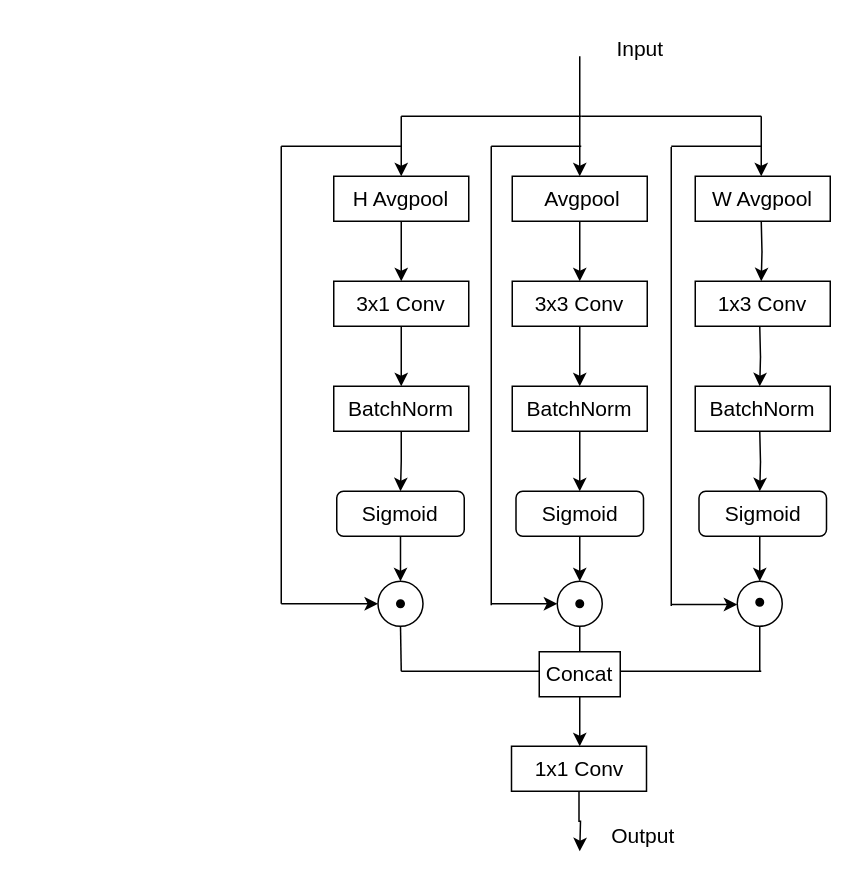
Above: 裂缝检测三元坐标注意力模块.drawio in Dshdarkness/Timporal_is_all_U_need (draw.io), before the change. Source tidied: cells renumbered, new cells numbered last; positions are measured from the earlier drawing's top-left corner, leaving out a move shared by most shapes. Both pictures are drawn from the tidied source at 150%, with x=0, y=0 at pixel (26, 26).
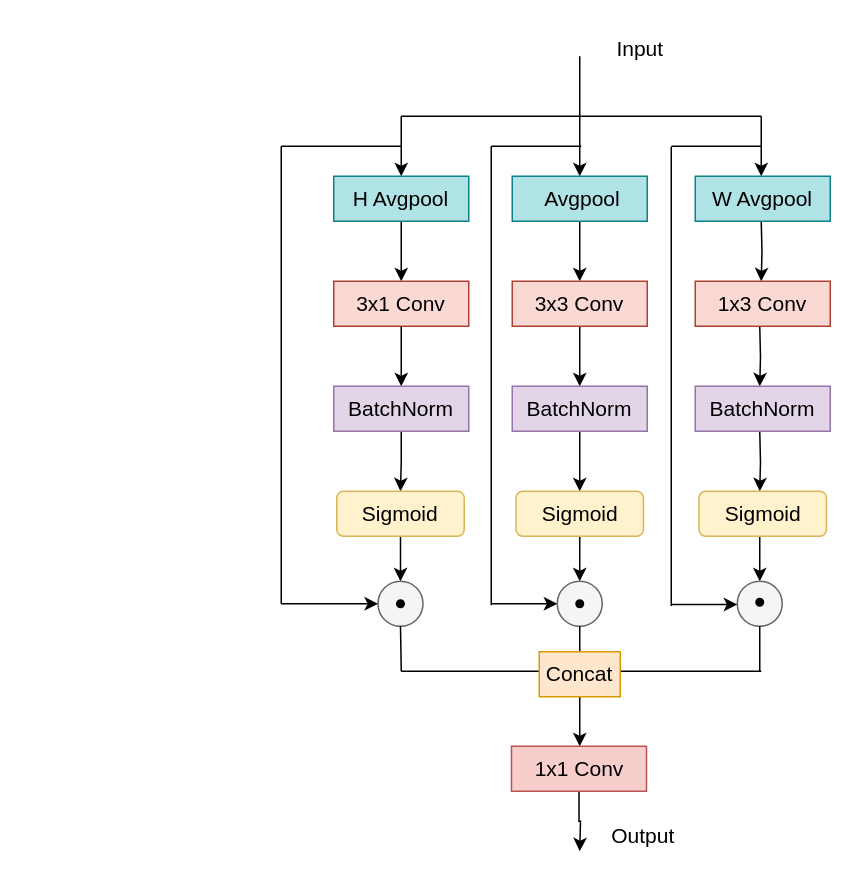
The same page after the edit.

Commit message (it also covers changes not shown here):
更新裂缝检测三元坐标注意力模块.drawio

The edit, as a diff of the source:
```diff
@@
-    <mxCell id="6" value="&lt;font style=&quot;font-size: 14px;&quot;&gt;H Avgpool&lt;/font&gt;" style="rounded=0;whiteSpace=wrap;html=1;" parent="1" vertex="1">
+    <mxCell id="6" value="&lt;font style=&quot;font-size: 14px;&quot;&gt;H Avgpool&lt;/font&gt;" style="rounded=0;whiteSpace=wrap;html=1;fillColor=#b0e3e6;strokeColor=#0e8088;" parent="1" vertex="1">
       <mxGeometry x="205" y="100" width="90" height="30" as="geometry" />
     </mxCell>
@@
-    <mxCell id="9" value="&lt;font style=&quot;font-size: 14px;&quot;&gt;&amp;nbsp;Avgpool&lt;/font&gt;" style="rounded=0;whiteSpace=wrap;html=1;" parent="1" vertex="1">
+    <mxCell id="9" value="&lt;font style=&quot;font-size: 14px;&quot;&gt;&amp;nbsp;Avgpool&lt;/font&gt;" style="rounded=0;whiteSpace=wrap;html=1;fillColor=#b0e3e6;strokeColor=#0e8088;" parent="1" vertex="1">
       <mxGeometry x="324" y="100" width="90" height="30" as="geometry" />
     </mxCell>
@@
-    <mxCell id="13" value="&lt;font style=&quot;font-size: 14px;&quot;&gt;W Avgpool&lt;/font&gt;" style="rounded=0;whiteSpace=wrap;html=1;" parent="1" vertex="1">
+    <mxCell id="13" value="&lt;font style=&quot;font-size: 14px;&quot;&gt;W Avgpool&lt;/font&gt;" style="rounded=0;whiteSpace=wrap;html=1;fillColor=#b0e3e6;strokeColor=#0e8088;" parent="1" vertex="1">
       <mxGeometry x="446" y="100" width="90" height="30" as="geometry" />
     </mxCell>
-    <mxCell id="14" value="&lt;span style=&quot;font-size: 14px;&quot;&gt;3x1 Conv&lt;/span&gt;" style="rounded=0;whiteSpace=wrap;html=1;" parent="1" vertex="1">
+    <mxCell id="14" value="&lt;span style=&quot;font-size: 14px;&quot;&gt;3x1 Conv&lt;/span&gt;" style="rounded=0;whiteSpace=wrap;html=1;fillColor=#fad9d5;strokeColor=#ae4132;" parent="1" vertex="1">
       <mxGeometry x="205" y="170" width="90" height="30" as="geometry" />
     </mxCell>
@@
-    <mxCell id="16" value="&lt;span style=&quot;font-size: 14px;&quot;&gt;3x3 Conv&lt;/span&gt;" style="rounded=0;whiteSpace=wrap;html=1;" parent="1" vertex="1">
+    <mxCell id="16" value="&lt;span style=&quot;font-size: 14px;&quot;&gt;3x3 Conv&lt;/span&gt;" style="rounded=0;whiteSpace=wrap;html=1;fillColor=#fad9d5;strokeColor=#ae4132;" parent="1" vertex="1">
       <mxGeometry x="324" y="170" width="90" height="30" as="geometry" />
     </mxCell>
@@
-    <mxCell id="18" value="&lt;span style=&quot;font-size: 14px;&quot;&gt;1x3 Conv&lt;/span&gt;" style="rounded=0;whiteSpace=wrap;html=1;" parent="1" vertex="1">
+    <mxCell id="18" value="&lt;span style=&quot;font-size: 14px;&quot;&gt;1x3 Conv&lt;/span&gt;" style="rounded=0;whiteSpace=wrap;html=1;fillColor=#fad9d5;strokeColor=#ae4132;" parent="1" vertex="1">
       <mxGeometry x="446" y="170" width="90" height="30" as="geometry" />
     </mxCell>
@@
-    <mxCell id="21" value="&lt;span style=&quot;font-size: 14px;&quot;&gt;BatchNorm&lt;/span&gt;" style="rounded=0;whiteSpace=wrap;html=1;" parent="1" vertex="1">
+    <mxCell id="21" value="&lt;span style=&quot;font-size: 14px;&quot;&gt;BatchNorm&lt;/span&gt;" style="rounded=0;whiteSpace=wrap;html=1;fillColor=#e1d5e7;strokeColor=#9673a6;" parent="1" vertex="1">
       <mxGeometry x="205" y="240" width="90" height="30" as="geometry" />
     </mxCell>
@@
-    <mxCell id="23" value="&lt;span style=&quot;font-size: 14px;&quot;&gt;BatchNorm&lt;/span&gt;" style="rounded=0;whiteSpace=wrap;html=1;" parent="1" vertex="1">
+    <mxCell id="23" value="&lt;span style=&quot;font-size: 14px;&quot;&gt;BatchNorm&lt;/span&gt;" style="rounded=0;whiteSpace=wrap;html=1;fillColor=#e1d5e7;strokeColor=#9673a6;" parent="1" vertex="1">
       <mxGeometry x="324" y="240" width="90" height="30" as="geometry" />
     </mxCell>
@@
-    <mxCell id="25" value="&lt;span style=&quot;font-size: 14px;&quot;&gt;BatchNorm&lt;/span&gt;" style="rounded=0;whiteSpace=wrap;html=1;" parent="1" vertex="1">
+    <mxCell id="25" value="&lt;span style=&quot;font-size: 14px;&quot;&gt;BatchNorm&lt;/span&gt;" style="rounded=0;whiteSpace=wrap;html=1;fillColor=#e1d5e7;strokeColor=#9673a6;" parent="1" vertex="1">
       <mxGeometry x="446" y="240" width="90" height="30" as="geometry" />
     </mxCell>
@@
-    <mxCell id="27" value="Sigmoid" style="rounded=1;whiteSpace=wrap;html=1;fontSize=14;" parent="1" vertex="1">
+    <mxCell id="27" value="Sigmoid" style="rounded=1;whiteSpace=wrap;html=1;fontSize=14;fillColor=#fff2cc;strokeColor=#d6b656;" parent="1" vertex="1">
       <mxGeometry x="207" y="310" width="85" height="30" as="geometry" />
     </mxCell>
@@
-    <mxCell id="29" value="Sigmoid" style="rounded=1;whiteSpace=wrap;html=1;fontSize=14;" parent="1" vertex="1">
+    <mxCell id="29" value="Sigmoid" style="rounded=1;whiteSpace=wrap;html=1;fontSize=14;fillColor=#fff2cc;strokeColor=#d6b656;" parent="1" vertex="1">
       <mxGeometry x="326.5" y="310" width="85" height="30" as="geometry" />
     </mxCell>
@@
-    <mxCell id="31" value="Sigmoid" style="rounded=1;whiteSpace=wrap;html=1;fontSize=14;" parent="1" vertex="1">
+    <mxCell id="31" value="Sigmoid" style="rounded=1;whiteSpace=wrap;html=1;fontSize=14;fillColor=#fff2cc;strokeColor=#d6b656;" parent="1" vertex="1">
       <mxGeometry x="448.5" y="310" width="85" height="30" as="geometry" />
     </mxCell>
-    <mxCell id="32" style="ellipse;whiteSpace=wrap;html=1;fontSize=14;" parent="1" vertex="1">
+    <mxCell id="32" style="ellipse;whiteSpace=wrap;html=1;fontSize=14;fillColor=#f5f5f5;fontColor=#333333;strokeColor=#666666;" parent="1" vertex="1">
       <mxGeometry x="234.5" y="370" width="30" height="30" as="geometry" />
     </mxCell>
@@
-    <mxCell id="35" style="ellipse;whiteSpace=wrap;html=1;fontSize=14;" parent="1" vertex="1">
+    <mxCell id="35" style="ellipse;whiteSpace=wrap;html=1;fontSize=14;fillColor=#f5f5f5;fontColor=#333333;strokeColor=#666666;" parent="1" vertex="1">
       <mxGeometry x="354" y="370" width="30" height="30" as="geometry" />
     </mxCell>
@@
-    <mxCell id="37" style="ellipse;whiteSpace=wrap;html=1;fontSize=14;" parent="1" vertex="1">
+    <mxCell id="37" style="ellipse;whiteSpace=wrap;html=1;fontSize=14;fillColor=#f5f5f5;fontColor=#333333;strokeColor=#666666;" parent="1" vertex="1">
       <mxGeometry x="474" y="370" width="30" height="30" as="geometry" />
     </mxCell>
@@
-    <mxCell id="54" value="Concat" style="rounded=0;whiteSpace=wrap;html=1;strokeColor=#000000;fontSize=14;fillColor=#FFFFFF;" parent="1" vertex="1">
+    <mxCell id="54" value="Concat" style="rounded=0;whiteSpace=wrap;html=1;strokeColor=#d79b00;fontSize=14;fillColor=#ffe6cc;" parent="1" vertex="1">
       <mxGeometry x="342" y="417" width="54" height="30" as="geometry" />
     </mxCell>
@@
-    <mxCell id="56" value="&lt;span style=&quot;font-size: 14px;&quot;&gt;1x1 Conv&lt;/span&gt;" style="rounded=0;whiteSpace=wrap;html=1;" parent="1" vertex="1">
+    <mxCell id="56" value="&lt;span style=&quot;font-size: 14px;&quot;&gt;1x1 Conv&lt;/span&gt;" style="rounded=0;whiteSpace=wrap;html=1;fillColor=#f8cecc;strokeColor=#b85450;" parent="1" vertex="1">
       <mxGeometry x="323.5" y="480" width="90" height="30" as="geometry" />
     </mxCell>
```
